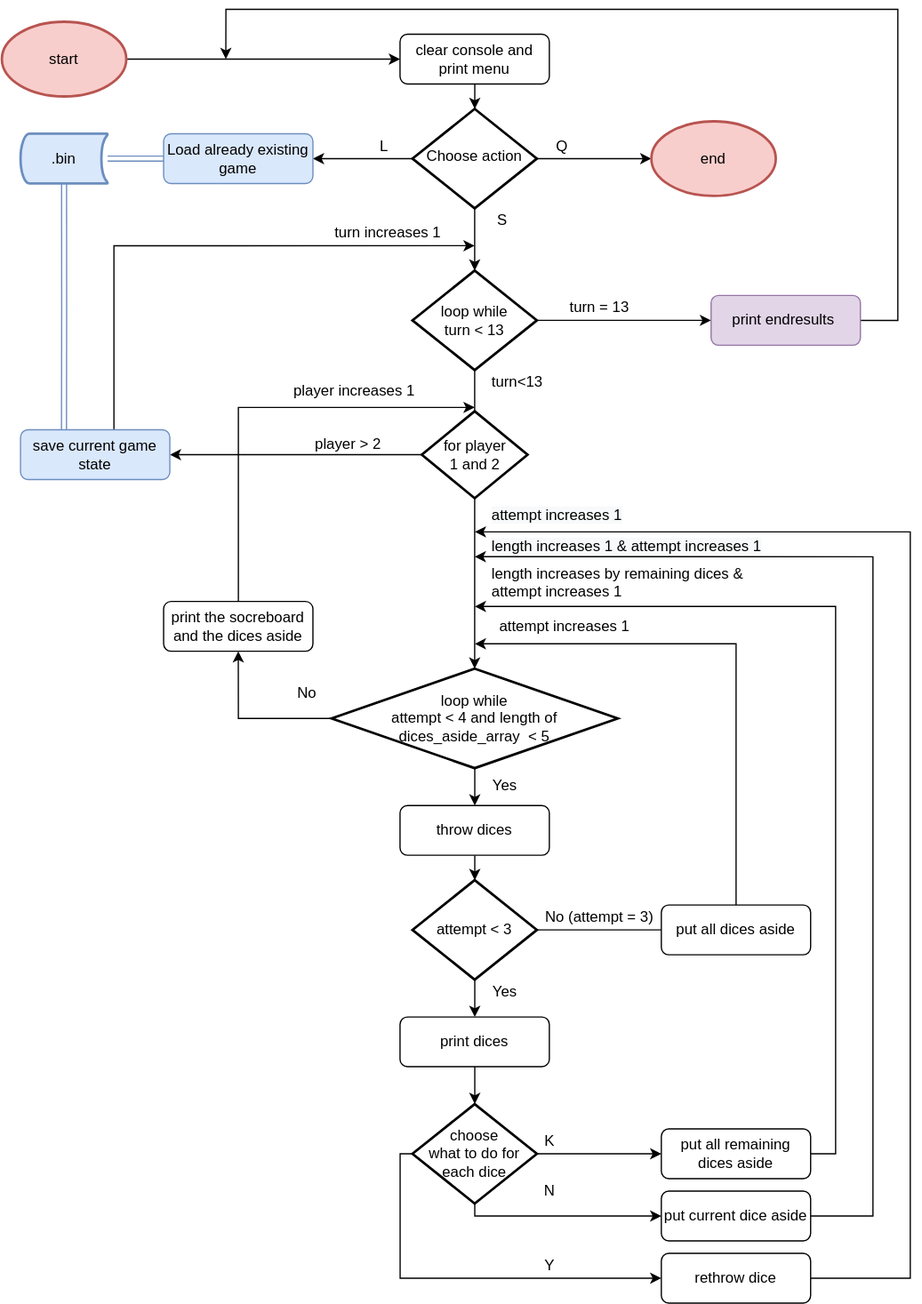
Earlier version of the draw.io export src/Untitled Diagram.drawio.svg (weltitob/kniffel). Source tidied: cells renumbered, new cells last; positions are measured from the earlier drawing's top-left corner, leaving out a move shared by most shapes.
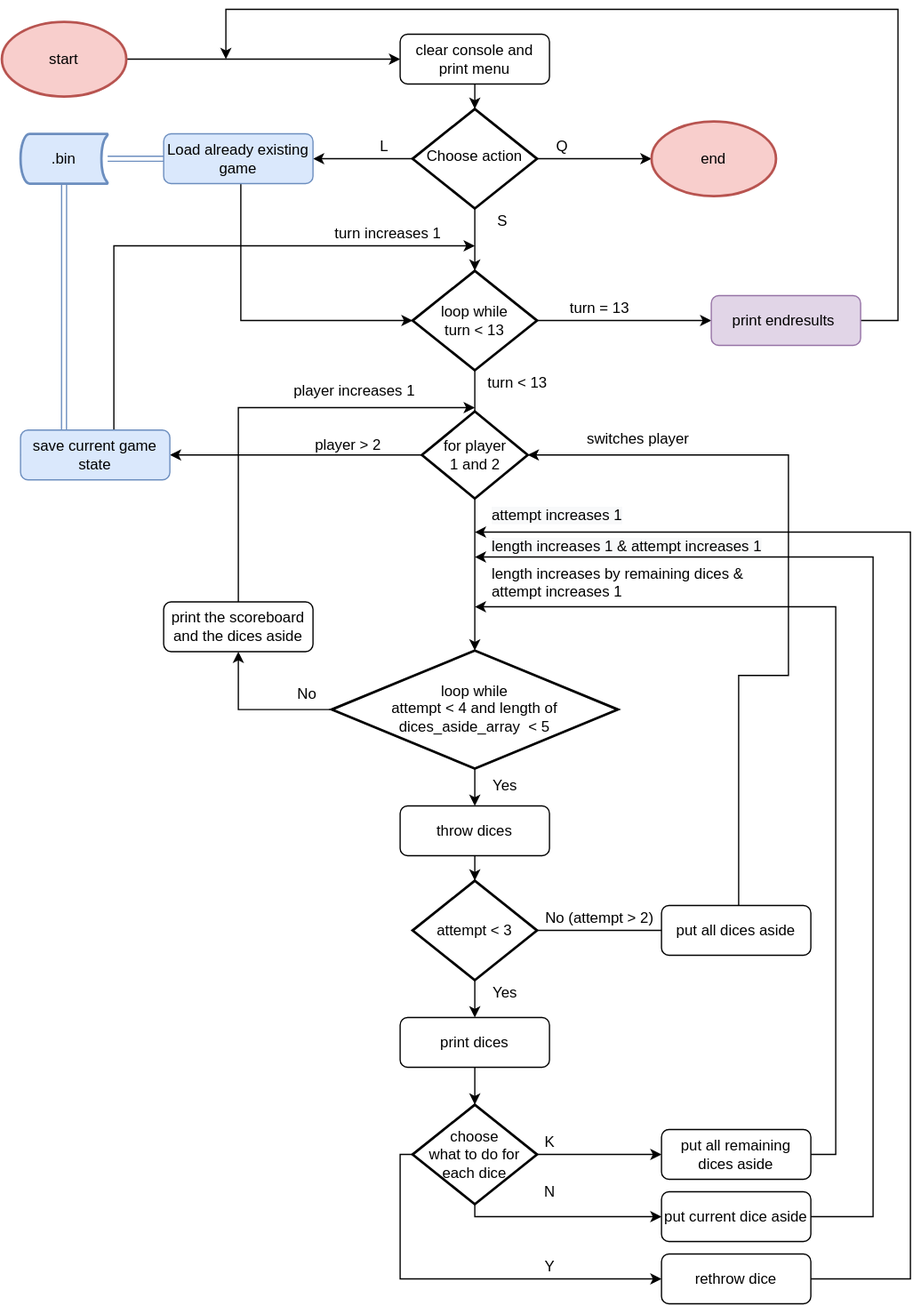
Above is the later version.

Commit message:
improved flow chart

Diff of the diagram source:
```diff
@@ -67,9 +67,9 @@
       <mxGeometry relative="1" as="geometry" />
     </mxCell>
     <mxCell id="21" value="loop while&lt;br&gt;attempt &amp;lt; 4 and length of&lt;br&gt;dices_aside_array&amp;nbsp; &amp;lt; 5" style="strokeWidth=2;html=1;shape=mxgraph.flowchart.decision;whiteSpace=wrap;" parent="1" vertex="1">
-      <mxGeometry x="265" y="529.9" width="230" height="80" as="geometry" />
+      <mxGeometry x="265" y="515" width="230" height="94.9" as="geometry" />
     </mxCell>
-    <mxCell id="22" value="turn&amp;lt;13" style="text;html=1;align=center;verticalAlign=middle;strokeColor=none;fillColor=none;" parent="1" vertex="1">
+    <mxCell id="22" value="turn &amp;lt; 13" style="text;html=1;align=center;verticalAlign=middle;strokeColor=none;fillColor=none;" parent="1" vertex="1">
       <mxGeometry x="384" y="289.9" width="60" height="20" as="geometry" />
     </mxCell>
     <mxCell id="23" style="edgeStyle=orthogonalEdgeStyle;rounded=0;jettySize=auto;html=1;fontColor=default;endFill=1;" parent="1" edge="1" source="25" target="27">
@@ -113,23 +113,23 @@
     <mxCell id="32" value="choose&lt;br&gt;what to do for&lt;br&gt;each dice" style="strokeWidth=2;html=1;shape=mxgraph.flowchart.decision;whiteSpace=wrap;fontColor=default;" parent="1" vertex="1">
       <mxGeometry x="330" y="879.9" width="100" height="80" as="geometry" />
     </mxCell>
-    <mxCell id="33" value="No (attempt = 3)" style="text;html=1;align=center;verticalAlign=middle;strokeColor=none;fillColor=none;fontColor=default;" parent="1" vertex="1">
+    <mxCell id="33" value="No (attempt &amp;gt; 2)" style="text;html=1;align=center;verticalAlign=middle;strokeColor=none;fillColor=none;fontColor=default;" parent="1" vertex="1">
       <mxGeometry x="430" y="719.9" width="100" height="20" as="geometry" />
     </mxCell>
-    <mxCell id="34" style="edgeStyle=orthogonalEdgeStyle;rounded=0;jettySize=auto;html=1;fontColor=default;endFill=1;" parent="1" edge="1" source="35">
+    <mxCell id="34" style="edgeStyle=orthogonalEdgeStyle;rounded=0;jettySize=auto;html=1;fontColor=default;endFill=1;entryX=1;entryY=0.5;entryDx=0;entryDy=0;entryPerimeter=0;" parent="1" edge="1" source="35" target="61">
       <mxGeometry relative="1" as="geometry">
-        <mxPoint x="380" y="509.9" as="targetPoint" />
         <Array as="points">
-          <mxPoint x="590" y="509.9" />
-          <mxPoint x="380" y="509.9" />
+          <mxPoint x="592" y="535" />
+          <mxPoint x="632" y="535" />
+          <mxPoint x="632" y="358" />
         </Array>
       </mxGeometry>
     </mxCell>
     <mxCell id="35" value="put all dices aside" style="whiteSpace=wrap;html=1;rounded=1;glass=0;strokeWidth=1;shadow=0;" parent="1" vertex="1">
       <mxGeometry x="530" y="719.9" width="120" height="40" as="geometry" />
     </mxCell>
-    <mxCell id="36" value="attempt increases 1" style="text;html=1;align=center;verticalAlign=middle;strokeColor=none;fillColor=none;fontColor=default;" parent="1" vertex="1">
-      <mxGeometry x="392" y="485.9" width="120" height="20" as="geometry" />
+    <mxCell id="36" value="switches player" style="text;html=1;align=center;verticalAlign=middle;strokeColor=none;fillColor=none;fontColor=default;" parent="1" vertex="1">
+      <mxGeometry x="461" y="335" width="100" height="20" as="geometry" />
     </mxCell>
     <mxCell id="37" value="No" style="text;html=1;align=center;verticalAlign=middle;strokeColor=none;fillColor=none;fontColor=default;" parent="1" vertex="1">
       <mxGeometry x="230" y="539.9" width="30" height="20" as="geometry" />
@@ -224,6 +224,13 @@
     <mxCell id="58" style="edgeStyle=orthogonalEdgeStyle;shape=link;rounded=0;jettySize=auto;html=1;fontColor=default;endFill=1;fillColor=#dae8fc;strokeColor=#6c8ebf;" parent="1" edge="1" source="59" target="17">
       <mxGeometry relative="1" as="geometry" />
     </mxCell>
+    <mxCell id="67" style="edgeStyle=orthogonalEdgeStyle;rounded=0;jettySize=auto;html=1;entryX=0;entryY=0.5;entryDx=0;entryDy=0;entryPerimeter=0;" parent="1" edge="1" source="59" target="52">
+      <mxGeometry relative="1" as="geometry">
+        <Array as="points">
+          <mxPoint x="192" y="250" />
+        </Array>
+      </mxGeometry>
+    </mxCell>
     <mxCell id="59" value="Load already existing game" style="rounded=1;whiteSpace=wrap;html=1;fontSize=12;glass=0;strokeWidth=1;shadow=0;fillColor=#dae8fc;strokeColor=#6c8ebf;" parent="1" vertex="1">
       <mxGeometry x="130" y="99.9" width="120" height="40" as="geometry" />
     </mxCell>
@@ -254,7 +261,7 @@
         </Array>
       </mxGeometry>
     </mxCell>
-    <mxCell id="66" value="print the socreboard and the dices aside" style="whiteSpace=wrap;html=1;rounded=1;glass=0;strokeWidth=1;shadow=0;" parent="1" vertex="1">
+    <mxCell id="66" value="print the scoreboard and the dices aside" style="whiteSpace=wrap;html=1;rounded=1;glass=0;strokeWidth=1;shadow=0;" parent="1" vertex="1">
       <mxGeometry x="130" y="475.9" width="120" height="40" as="geometry" />
     </mxCell>
   </root>
```
